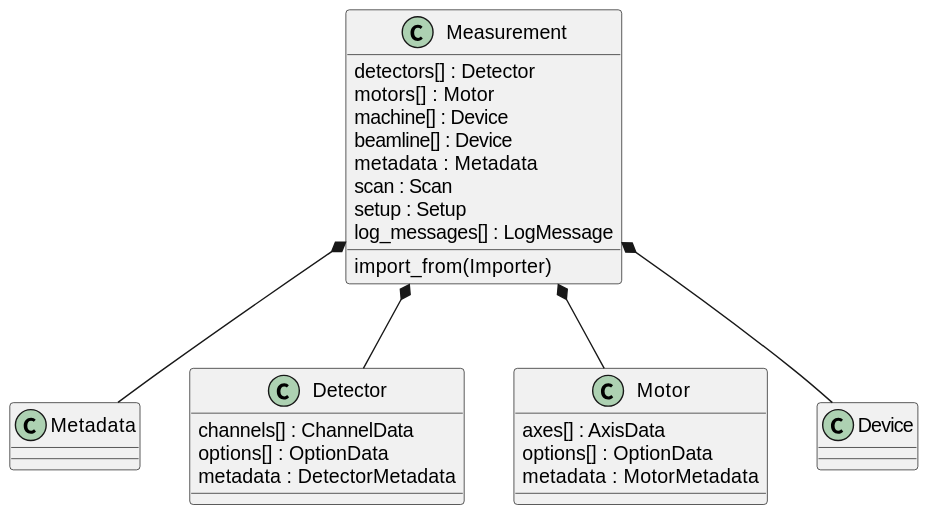
Before: docs/uml/evedata.measurement.entities.measurement.svg, a diagram exported from PlantUML (tillbiskup/evedata). Its diagram source:
```plantuml
@startuml

class Measurement {
    detectors[] : Detector
    motors[] : Motor
    machine[] : Device
    beamline[] : Device
    metadata : Metadata
    scan : Scan
    setup : Setup
    log_messages[] : LogMessage

    import_from(Importer)
}

Measurement *-- Metadata
Measurement *-- Detector
Measurement *-- Motor
Measurement *-- Device

class Metadata {
}

class Detector {
    channels[] : ChannelData
    options[] : OptionData
    metadata : DetectorMetadata
}

class Motor {
    axes[] : AxisData
    options[] : OptionData
    metadata : MotorMetadata
}

class Device {
}
@enduml
```
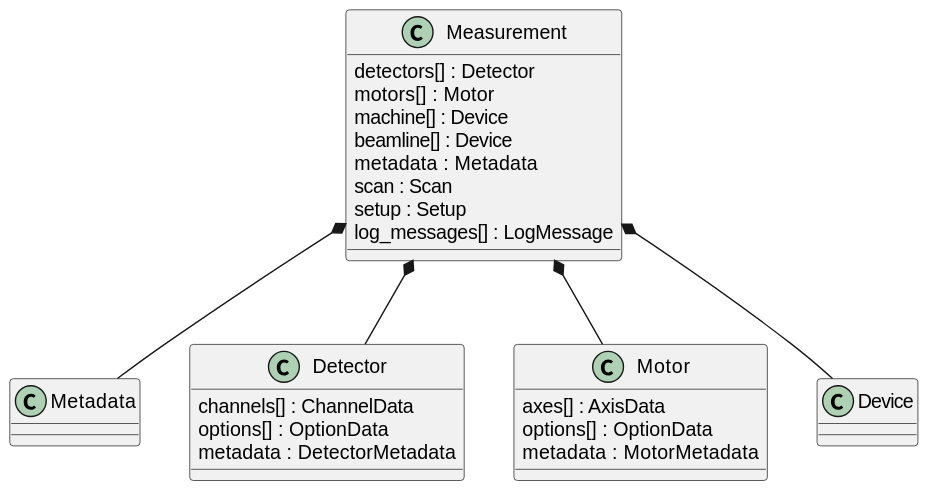
After the change.

What changed in the source:
```diff
@@ -9,8 +9,6 @@
     scan : Scan
     setup : Setup
     log_messages[] : LogMessage
-
-    import_from(Importer)
 }
 
 Measurement *-- Metadata
```
